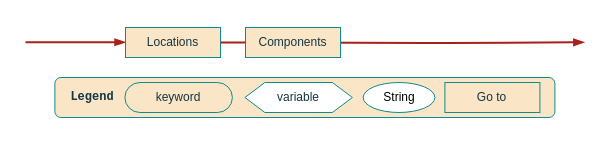
Above: 3. Proyecto/metamodel/Railroad Base.drawio in MrDahaniel/StarDuck (draw.io), before the change. Source tidied: cells renumbered, new cells numbered last; positions are measured from the earlier drawing's top-left corner, leaving out a move shared by most shapes. Both pictures are drawn from the tidied source at 100%, with x=0, y=0 at pixel (25, 17).
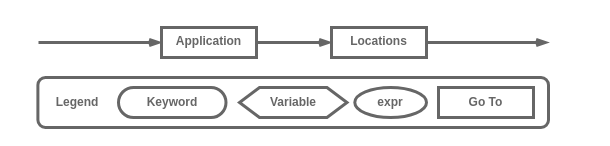
The same page after the edit.

Change to the diagram source:
```diff
@@
 <mxGraphModel>
   <root>
     <mxCell id="0" />
     <mxCell id="1" parent="0" />
-    <mxCell id="2" style="group;" parent="1" vertex="1">
-      <mxGeometry x="29.4" y="60" width="500" height="40" as="geometry" />
-    </mxCell>
+    <mxCell id="14" style="group;" parent="1" vertex="1">
+      <mxGeometry x="12.4" y="10" width="510.6" height="100" as="geometry" />
+    </mxCell>
+    <mxCell id="15" style="edgeStyle=orthogonalEdgeStyle;shape=connector;curved=0;rounded=0;jettySize=auto;html=1;exitX=0;exitY=0.5;exitDx=0;exitDy=0;labelBackgroundColor=default;strokeColor=#666666;strokeWidth=3;align=center;verticalAlign=middle;fontFamily=Helvetica;fontSize=11;fontColor=default;endArrow=none;endFill=0;startArrow=openThin;startFill=0;" parent="14" edge="1" source="11">
+      <mxGeometry relative="1" as="geometry">
+        <mxPoint x="0.6" y="15" as="targetPoint" />
+      </mxGeometry>
+    </mxCell>
+    <mxCell id="11" value="&lt;b style=&quot;border-color: var(--border-color);&quot;&gt;&lt;font style=&quot;border-color: var(--border-color);&quot; color=&quot;#666666&quot;&gt;Application&lt;/font&gt;&lt;/b&gt;" style="rounded=1;whiteSpace=wrap;html=1;strokeColor=#666666;fontFamily=Helvetica;fontSize=12;fontColor=#333333;fillColor=#ffffff;arcSize=0;fontStyle=0;shadow=0;labelBackgroundColor=none;align=center;verticalAlign=top;strokeWidth=3;" parent="14" vertex="1">
+      <mxGeometry x="123.6" width="95" height="30" as="geometry" />
+    </mxCell>
+    <mxCell id="16" style="edgeStyle=orthogonalEdgeStyle;shape=connector;curved=0;rounded=0;jettySize=auto;html=1;exitX=1;exitY=0.5;exitDx=0;exitDy=0;labelBackgroundColor=default;strokeColor=#666666;strokeWidth=3;align=center;verticalAlign=middle;fontFamily=Helvetica;fontSize=11;fontColor=default;endArrow=openThin;endFill=0;" parent="14" edge="1" source="12">
+      <mxGeometry relative="1" as="geometry">
+        <mxPoint x="510.6" y="15" as="targetPoint" />
+      </mxGeometry>
+    </mxCell>
+    <mxCell id="12" value="&lt;b style=&quot;border-color: var(--border-color); color: rgb(51, 51, 51);&quot;&gt;&lt;font style=&quot;border-color: var(--border-color);&quot; color=&quot;#666666&quot;&gt;Locations&lt;/font&gt;&lt;/b&gt;" style="rounded=1;whiteSpace=wrap;html=1;strokeColor=#666666;fontFamily=Helvetica;fontSize=12;fontColor=#333333;fillColor=#ffffff;arcSize=0;fontStyle=0;shadow=0;labelBackgroundColor=none;verticalAlign=top;strokeWidth=3;" parent="14" vertex="1">
+      <mxGeometry x="293.6" width="95" height="30" as="geometry" />
+    </mxCell>
+    <mxCell id="13" style="edgeStyle=orthogonalEdgeStyle;shape=connector;curved=0;rounded=0;jettySize=auto;html=1;exitX=1;exitY=0.5;exitDx=0;exitDy=0;labelBackgroundColor=default;strokeColor=#666666;strokeWidth=3;align=center;verticalAlign=middle;fontFamily=Helvetica;fontSize=11;fontColor=default;endArrow=openThin;endFill=0;" parent="14" edge="1" source="11" target="12">
+      <mxGeometry relative="1" as="geometry" />
+    </mxCell>
-    <mxCell id="3" value="&lt;b&gt;&amp;nbsp; Legend&lt;/b&gt;" style="text;html=1;align=left;verticalAlign=middle;whiteSpace=wrap;rounded=1;fontFamily=Courier New;perimeterSpacing=6;shadow=0;fillColor=#FAE5C7;fontColor=#143642;strokeColor=#0F8B8D;labelBackgroundColor=none;" parent="2" vertex="1">
-      <mxGeometry width="500" height="40" as="geometry" />
+    <mxCell id="3" value="&lt;b style=&quot;border-color: var(--border-color); color: rgb(51, 51, 51); font-family: Helvetica; text-align: center;&quot;&gt;&lt;font style=&quot;border-color: var(--border-color);&quot; color=&quot;#666666&quot;&gt;&amp;nbsp; &amp;nbsp; &amp;nbsp;Legend&lt;/font&gt;&lt;/b&gt;" style="text;html=1;align=left;verticalAlign=middle;whiteSpace=wrap;rounded=1;fontFamily=Courier New;perimeterSpacing=6;shadow=0;fillColor=#ffffff;fontColor=#143642;strokeColor=#666666;labelBackgroundColor=none;strokeWidth=3;" parent="14" vertex="1">
+      <mxGeometry y="50" width="510.6" height="50" as="geometry" />
     </mxCell>
-    <mxCell id="4" value="String" style="ellipse;whiteSpace=wrap;html=1;rounded=1;labelBackgroundColor=none;strokeColor=#0F8B8D;fontFamily=Helvetica;fontSize=12;fontColor=default;fillColor=default;" parent="2" vertex="1">
-      <mxGeometry x="308.3" y="5" width="71.7" height="30" as="geometry" />
+    <mxCell id="4" value="&lt;b style=&quot;border-color: var(--border-color); color: rgb(51, 51, 51);&quot;&gt;&lt;font style=&quot;border-color: var(--border-color);&quot; color=&quot;#666666&quot;&gt;expr&lt;/font&gt;&lt;/b&gt;" style="ellipse;whiteSpace=wrap;html=1;rounded=1;labelBackgroundColor=none;strokeColor=#666666;fontFamily=Helvetica;fontSize=12;fontColor=default;fillColor=default;strokeWidth=3;" parent="14" vertex="1">
+      <mxGeometry x="316.9" y="60" width="71.7" height="30" as="geometry" />
     </mxCell>
-    <mxCell id="5" value="variable" style="shape=hexagon;perimeter=hexagonPerimeter2;whiteSpace=wrap;html=1;fixedSize=1;strokeColor=#0F8B8D;fontColor=#143642;fillColor=default;" parent="2" vertex="1">
-      <mxGeometry x="190" y="5" width="107.5" height="30" as="geometry" />
+    <mxCell id="5" value="&lt;font color=&quot;#666666&quot;&gt;&lt;b&gt;Variable&lt;/b&gt;&lt;/font&gt;" style="shape=hexagon;perimeter=hexagonPerimeter2;whiteSpace=wrap;html=1;fixedSize=1;strokeColor=#666666;fontColor=#143642;fillColor=default;strokeWidth=3;" parent="14" vertex="1">
+      <mxGeometry x="201.6" y="60" width="107.5" height="30" as="geometry" />
     </mxCell>
-    <mxCell id="6" value="&lt;p&gt;keyword&lt;/p&gt;" style="rounded=1;whiteSpace=wrap;html=1;arcSize=50;fontStyle=0;fillColor=#FAE5C7;strokeColor=#0F8B8D;labelBackgroundColor=none;fontColor=#143642;" parent="2" vertex="1">
-      <mxGeometry x="70" y="5" width="107.5" height="30" as="geometry" />
+    <mxCell id="6" value="&lt;p&gt;&lt;b style=&quot;border-color: var(--border-color); color: rgb(51, 51, 51);&quot;&gt;&lt;font style=&quot;border-color: var(--border-color);&quot; color=&quot;#666666&quot;&gt;Keyword&lt;/font&gt;&lt;/b&gt;&lt;br&gt;&lt;/p&gt;" style="rounded=1;whiteSpace=wrap;html=1;arcSize=50;fontStyle=0;fillColor=#ffffff;strokeColor=#666666;labelBackgroundColor=none;fontColor=#143642;strokeWidth=3;" parent="14" vertex="1">
+      <mxGeometry x="80.6" y="60" width="107.5" height="30" as="geometry" />
     </mxCell>
-    <mxCell id="7" value="Go to" style="rounded=1;whiteSpace=wrap;html=1;strokeColor=#0F8B8D;fontFamily=Helvetica;fontSize=12;fontColor=#143642;fillColor=#FAE5C7;arcSize=0;fontStyle=0;shadow=0;labelBackgroundColor=none;" parent="2" vertex="1">
-      <mxGeometry x="390" y="5" width="95" height="30" as="geometry" />
+    <mxCell id="7" value="&lt;b style=&quot;border-color: var(--border-color); color: rgb(51, 51, 51);&quot;&gt;&lt;font style=&quot;border-color: var(--border-color);&quot; color=&quot;#666666&quot;&gt;Go To&lt;/font&gt;&lt;/b&gt;" style="rounded=1;whiteSpace=wrap;html=1;strokeColor=#666666;fontFamily=Helvetica;fontSize=12;fontColor=#143642;fillColor=#FFFFFF;arcSize=0;fontStyle=0;shadow=0;labelBackgroundColor=none;strokeWidth=3;" parent="14" vertex="1">
+      <mxGeometry x="400.6" y="60" width="95" height="30" as="geometry" />
     </mxCell>
-    <mxCell id="8" style="group;" parent="1" vertex="1">
-      <mxGeometry width="558.8" height="40" as="geometry" />
-    </mxCell>
-    <mxCell id="9" style="endArrow=blockThin;html=1;rounded=1;labelBackgroundColor=none;strokeColor=#A8201A;strokeWidth=2;fontFamily=Helvetica;fontSize=12;fontColor=default;shape=connector;endFill=1;align=left;" parent="8" edge="1">
-      <mxGeometry relative="1" as="geometry">
-        <mxPoint y="24.8" as="sourcePoint" />
-        <mxPoint x="100" y="24.8" as="targetPoint" />
-      </mxGeometry>
-    </mxCell>
-    <mxCell id="10" style="edgeStyle=orthogonalEdgeStyle;shape=connector;rounded=1;orthogonalLoop=1;jettySize=auto;html=1;labelBackgroundColor=none;strokeColor=#A8201A;strokeWidth=2;fontFamily=Helvetica;fontSize=12;fontColor=default;endArrow=blockThin;endFill=1;" parent="8" edge="1">
-      <mxGeometry relative="1" as="geometry">
-        <mxPoint x="260" y="25" as="sourcePoint" />
-        <mxPoint x="558.8" y="24.8" as="targetPoint" />
-      </mxGeometry>
-    </mxCell>
-    <mxCell id="11" value="Locations" style="rounded=1;whiteSpace=wrap;html=1;strokeColor=#0F8B8D;fontFamily=Helvetica;fontSize=12;fontColor=#143642;fillColor=#FAE5C7;arcSize=0;fontStyle=0;shadow=0;labelBackgroundColor=none;" parent="8" vertex="1">
-      <mxGeometry x="100" y="10" width="95" height="30" as="geometry" />
-    </mxCell>
-    <mxCell id="12" value="Components" style="rounded=1;whiteSpace=wrap;html=1;strokeColor=#0F8B8D;fontFamily=Helvetica;fontSize=12;fontColor=#143642;fillColor=#FAE5C7;arcSize=0;fontStyle=0;shadow=0;labelBackgroundColor=none;" parent="8" vertex="1">
-      <mxGeometry x="220" y="10" width="95" height="30" as="geometry" />
-    </mxCell>
-    <mxCell id="13" style="edgeStyle=orthogonalEdgeStyle;shape=connector;rounded=1;jettySize=auto;html=1;labelBackgroundColor=none;strokeColor=#A8201A;strokeWidth=2;fontFamily=Helvetica;fontSize=12;fontColor=default;endArrow=none;endFill=0;" parent="8" edge="1" source="11" target="12">
-      <mxGeometry relative="1" as="geometry" />
-    </mxCell>
   </root>
 </mxGraphModel>
```
